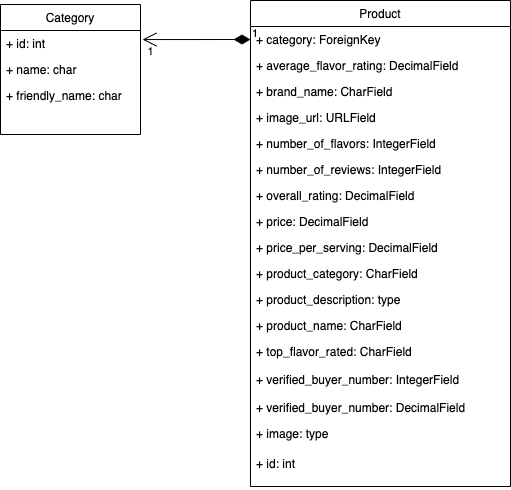
ArloysMacias/fitness4you keeps this draw.io diagram as media/DataBaseDiagram/DataBase.png. Above is the earlier version. Source tidied: cells renumbered, new cells last; positions are measured from the earlier drawing's top-left corner, leaving out a move shared by most shapes.
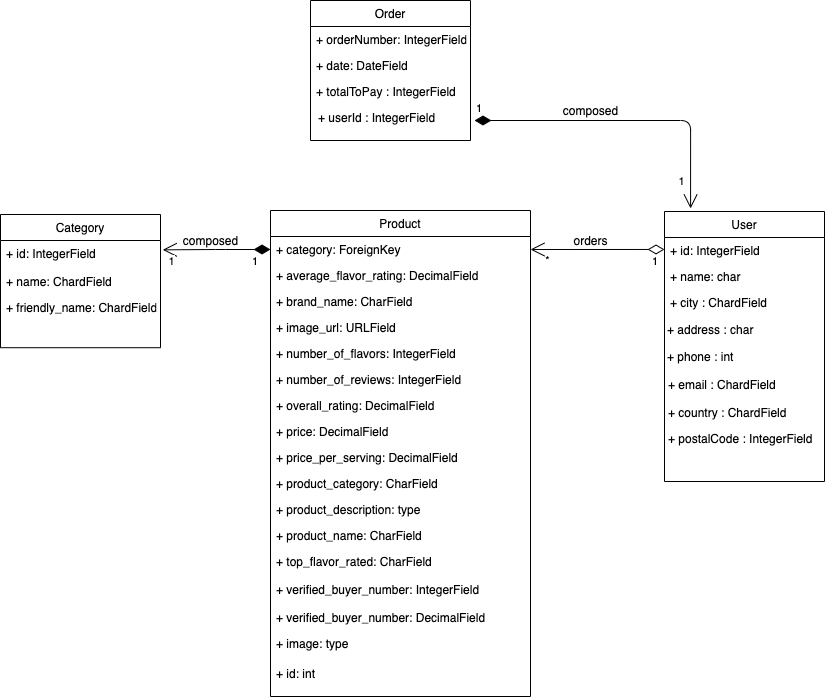
After the change.

Commit message:
README: Added Data base picture, Browser Compability test

What changed in the source:
```diff
@@ -2,25 +2,25 @@
   <root>
     <mxCell id="0" />
     <mxCell id="1" parent="0" />
-    <mxCell id="2" style="endArrow=open;strokeColor=#FF0000;endFill=1;rounded=0;" parent="1" edge="1" target="x">
+    <mxCell id="2" style="endArrow=open;strokeColor=#FF0000;endFill=1;rounded=0;" parent="1" edge="1">
       <mxGeometry relative="1" as="geometry">
         <mxPoint x="64.5" y="338" as="sourcePoint" />
       </mxGeometry>
     </mxCell>
     <mxCell id="3" style="group;" parent="1" vertex="1">
-      <mxGeometry y="4" width="140" height="130" as="geometry" />
+      <mxGeometry x="-20" y="4" width="160" height="134" as="geometry" />
     </mxCell>
     <mxCell id="4" value="Category" style="swimlane;fontStyle=0;horizontal=1;startSize=26;fillColor=none;" parent="3" vertex="1">
-      <mxGeometry width="140" height="130" as="geometry" />
+      <mxGeometry width="160" height="133.2" as="geometry" />
     </mxCell>
-    <mxCell id="5" value="+ id: int" style="text;strokeColor=none;fillColor=none;align=left;verticalAlign=top;spacingLeft=4;spacingRight=4;overflow=hidden;points=[[0,0.5],[1,0.5]];portConstraint=eastwest;" parent="4" vertex="1">
-      <mxGeometry y="26" width="140" height="104" as="geometry" />
+    <mxCell id="5" value="+ id: IntegerField" style="text;strokeColor=none;fillColor=none;align=left;verticalAlign=top;spacingLeft=4;spacingRight=4;overflow=hidden;points=[[0,0.5],[1,0.5]];portConstraint=eastwest;" parent="4" vertex="1">
+      <mxGeometry y="26" width="160" height="107.2" as="geometry" />
     </mxCell>
-    <mxCell id="6" value="+ name: char" style="text;strokeColor=none;fillColor=none;align=left;verticalAlign=top;spacingLeft=4;spacingRight=4;overflow=hidden;" parent="3" vertex="1">
-      <mxGeometry y="52" width="140" height="26" as="geometry" />
+    <mxCell id="6" value="+ name: ChardField" style="text;strokeColor=none;fillColor=none;align=left;verticalAlign=top;spacingLeft=4;spacingRight=4;overflow=hidden;" parent="3" vertex="1">
+      <mxGeometry y="53.6" width="160" height="26.8" as="geometry" />
     </mxCell>
-    <mxCell id="7" value="+ friendly_name: char" style="text;strokeColor=none;fillColor=none;align=left;verticalAlign=top;spacingLeft=4;spacingRight=4;overflow=hidden;" parent="3" vertex="1">
-      <mxGeometry y="78" width="140" height="26" as="geometry" />
+    <mxCell id="7" value="+ friendly_name: ChardField" style="text;strokeColor=none;fillColor=none;align=left;verticalAlign=top;spacingLeft=4;spacingRight=4;overflow=hidden;" parent="3" vertex="1">
+      <mxGeometry y="80.4" width="160" height="26.8" as="geometry" />
     </mxCell>
     <mxCell id="8" style="group;" parent="1" vertex="1">
       <mxGeometry x="250" width="260" height="480" as="geometry" />
@@ -80,12 +80,90 @@
       <mxGeometry y="394" width="260" height="30" as="geometry" />
     </mxCell>
     <mxCell id="27" value="1" style="endArrow=open;html=1;endSize=12;startArrow=diamondThin;startSize=14;startFill=1;edgeStyle=orthogonalEdgeStyle;align=left;verticalAlign=bottom;exitX=0;exitY=0.5;exitDx=0;exitDy=0;entryX=1.014;entryY=0.087;entryDx=0;entryDy=0;entryPerimeter=0;" parent="1" edge="1" source="10" target="5">
-      <mxGeometry x="-1" y="3" relative="1" as="geometry" />
+      <mxGeometry x="-0.63" y="21" relative="1" as="geometry" />
     </mxCell>
     <mxCell id="28" value="1" style="edgeLabel;html=1;align=center;verticalAlign=middle;" parent="27" vertex="1">
       <mxGeometry x="0.28" y="-1" relative="1" as="geometry">
         <mxPoint x="-31" y="12" as="offset" />
       </mxGeometry>
     </mxCell>
+    <mxCell id="29" style="group;" parent="1" vertex="1">
+      <mxGeometry x="644" y="1" width="160" height="320" as="geometry" />
+    </mxCell>
+    <mxCell id="30" value="User" style="swimlane;fontStyle=0;horizontal=1;startSize=26;fillColor=none;" parent="29" vertex="1">
+      <mxGeometry width="160" height="270" as="geometry" />
+    </mxCell>
+    <mxCell id="31" value="+ id: IntegerField" style="text;strokeColor=none;fillColor=none;align=left;verticalAlign=top;spacingLeft=4;spacingRight=4;overflow=hidden;points=[[0,0.5],[1,0.5]];portConstraint=eastwest;" parent="30" vertex="1">
+      <mxGeometry y="26" width="160" height="244" as="geometry" />
+    </mxCell>
+    <mxCell id="32" value="+ name: char" style="text;strokeColor=none;fillColor=none;align=left;verticalAlign=top;spacingLeft=4;spacingRight=4;overflow=hidden;" parent="29" vertex="1">
+      <mxGeometry y="52" width="160" height="26" as="geometry" />
+    </mxCell>
+    <mxCell id="33" value="+ city : ChardField" style="text;strokeColor=none;fillColor=none;align=left;verticalAlign=top;spacingLeft=4;spacingRight=4;overflow=hidden;" parent="29" vertex="1">
+      <mxGeometry y="78" width="160" height="26" as="geometry" />
+    </mxCell>
+    <mxCell id="34" value="+ address : char" style="text;strokeColor=none;fillColor=none;align=left;verticalAlign=top;spacingLeft=4;spacingRight=4;overflow=hidden;" parent="1" vertex="1">
+      <mxGeometry x="641" y="106" width="140" height="26" as="geometry" />
+    </mxCell>
+    <mxCell id="35" value="+ phone : int" style="text;strokeColor=none;fillColor=none;align=left;verticalAlign=top;spacingLeft=4;spacingRight=4;overflow=hidden;" parent="1" vertex="1">
+      <mxGeometry x="641" y="133" width="140" height="26" as="geometry" />
+    </mxCell>
+    <mxCell id="36" value="+ email : ChardField" style="text;strokeColor=none;fillColor=none;align=left;verticalAlign=top;spacingLeft=4;spacingRight=4;overflow=hidden;" parent="1" vertex="1">
+      <mxGeometry x="642" y="161" width="140" height="26" as="geometry" />
+    </mxCell>
+    <mxCell id="37" value="+ country : ChardField" style="text;strokeColor=none;fillColor=none;align=left;verticalAlign=top;spacingLeft=4;spacingRight=4;overflow=hidden;" parent="1" vertex="1">
+      <mxGeometry x="642" y="189" width="140" height="26" as="geometry" />
+    </mxCell>
+    <mxCell id="38" value="+ postalCode : IntegerField" style="text;strokeColor=none;fillColor=none;align=left;verticalAlign=top;spacingLeft=4;spacingRight=4;overflow=hidden;" parent="1" vertex="1">
+      <mxGeometry x="642" y="215" width="158" height="26" as="geometry" />
+    </mxCell>
+    <mxCell id="39" value="1" style="endArrow=open;html=1;endSize=12;startArrow=diamondThin;startSize=14;startFill=0;edgeStyle=orthogonalEdgeStyle;align=left;verticalAlign=bottom;exitX=0;exitY=0.049;exitDx=0;exitDy=0;entryX=1;entryY=0.5;entryDx=0;entryDy=0;exitPerimeter=0;" parent="1" edge="1" source="31" target="10">
+      <mxGeometry x="-0.79" y="21" relative="1" as="geometry" />
+    </mxCell>
+    <mxCell id="40" value="*" style="edgeLabel;html=1;align=center;verticalAlign=middle;" parent="39" vertex="1">
+      <mxGeometry x="0.28" y="-1" relative="1" as="geometry">
+        <mxPoint x="-31" y="12" as="offset" />
+      </mxGeometry>
+    </mxCell>
+    <mxCell id="41" style="group;" parent="1" vertex="1">
+      <mxGeometry x="290" y="-210" width="160" height="320" as="geometry" />
+    </mxCell>
+    <mxCell id="42" value="Order" style="swimlane;fontStyle=0;horizontal=1;startSize=26;fillColor=none;" parent="41" vertex="1">
+      <mxGeometry width="160" height="140" as="geometry" />
+    </mxCell>
+    <mxCell id="43" value="+ orderNumber: IntegerField" style="text;strokeColor=none;fillColor=none;align=left;verticalAlign=top;spacingLeft=4;spacingRight=4;overflow=hidden;" parent="42" vertex="1">
+      <mxGeometry y="26" width="160" height="114" as="geometry" />
+    </mxCell>
+    <mxCell id="44" value="+ date: DateField" style="text;strokeColor=none;fillColor=none;align=left;verticalAlign=top;spacingLeft=4;spacingRight=4;overflow=hidden;" parent="41" vertex="1">
+      <mxGeometry y="52" width="160" height="26" as="geometry" />
+    </mxCell>
+    <mxCell id="45" value="+ totalToPay : IntegerField" style="text;strokeColor=none;fillColor=none;align=left;verticalAlign=top;spacingLeft=4;spacingRight=4;overflow=hidden;" parent="41" vertex="1">
+      <mxGeometry y="78" width="160" height="26" as="geometry" />
+    </mxCell>
+    <mxCell id="46" value="+ userId : IntegerField" style="text;strokeColor=none;fillColor=none;align=left;verticalAlign=top;spacingLeft=4;spacingRight=4;overflow=hidden;" parent="1" vertex="1">
+      <mxGeometry x="292" y="-106" width="140" height="26" as="geometry" />
+    </mxCell>
+    <mxCell id="47" value="1" style="endArrow=open;html=1;endSize=12;startArrow=diamondThin;startSize=14;startFill=1;edgeStyle=orthogonalEdgeStyle;align=left;verticalAlign=bottom;entryX=0.163;entryY=-0.011;entryDx=0;entryDy=0;entryPerimeter=0;" parent="1" edge="1" target="30">
+      <mxGeometry x="-1" y="3" relative="1" as="geometry">
+        <mxPoint x="454" y="-90" as="sourcePoint" />
+        <Array as="points">
+          <mxPoint x="670" y="-90" />
+        </Array>
+      </mxGeometry>
+    </mxCell>
+    <mxCell id="48" value="1" style="edgeLabel;html=1;align=center;verticalAlign=middle;" parent="47" vertex="1">
+      <mxGeometry x="0.28" y="-1" relative="1" as="geometry">
+        <mxPoint x="12" y="59" as="offset" />
+      </mxGeometry>
+    </mxCell>
+    <mxCell id="49" value="orders" style="text;html=1;align=center;verticalAlign=middle;" parent="1" vertex="1">
+      <mxGeometry x="545" y="20" width="50" height="20" as="geometry" />
+    </mxCell>
+    <mxCell id="50" value="composed" style="text;html=1;align=center;verticalAlign=middle;" parent="1" vertex="1">
+      <mxGeometry x="155" y="20" width="70" height="20" as="geometry" />
+    </mxCell>
+    <mxCell id="51" value="composed" style="text;html=1;align=center;verticalAlign=middle;" parent="1" vertex="1">
+      <mxGeometry x="535" y="-110" width="70" height="20" as="geometry" />
+    </mxCell>
   </root>
 </mxGraphModel>
```
